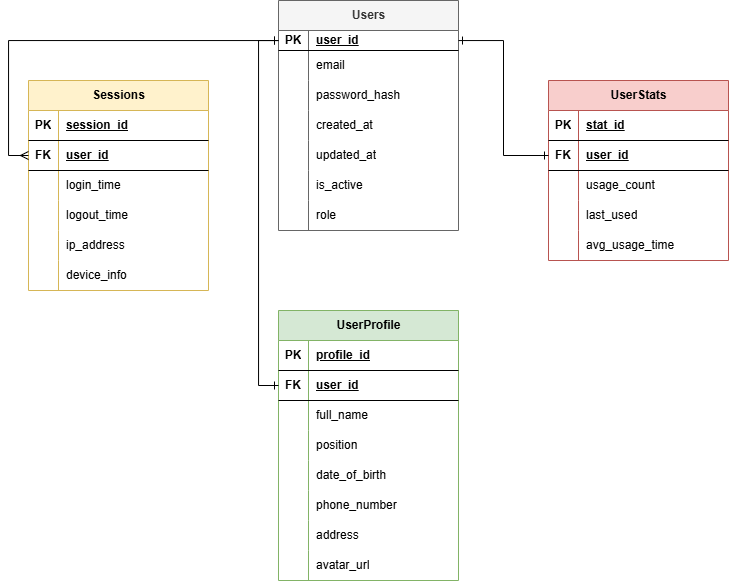
The draw.io diagram docs/erd.png in sherruka/lightsb-service, before a commit. Source tidied: cells renumbered, new cells last; positions are measured from the earlier drawing's top-left corner, leaving out a move shared by most shapes.
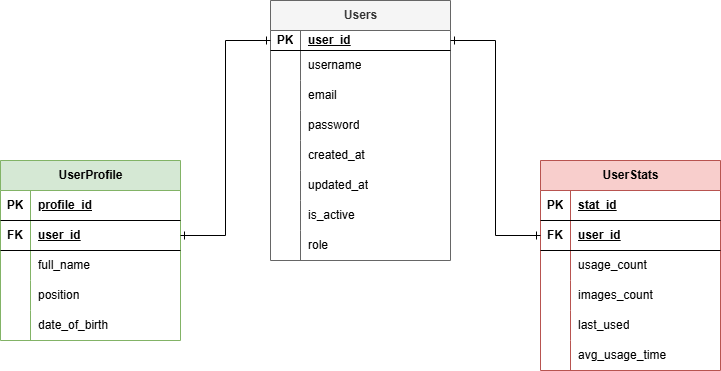
Later version of the same file.

The edit, as a diff of the source:
```diff
@@ -3,7 +3,7 @@
     <mxCell id="0" />
     <mxCell id="1" parent="0" />
     <mxCell id="2" value="&lt;strong&gt;Users&lt;/strong&gt;" style="shape=table;startSize=30;rowLines=0;fontStyle=1;align=center;html=1;fillColor=#f5f5f5;fontColor=#333333;strokeColor=#666666;" parent="1" vertex="1">
-      <mxGeometry x="250" width="180" height="230" as="geometry" />
+      <mxGeometry x="210" width="180" height="260" as="geometry" />
     </mxCell>
     <mxCell id="3" style="shape=tableRow;horizontal=0;startSize=0;swimlaneHead=0;swimlaneBody=0;fillColor=none;points=[[0,0.5],[1,0.5]];portConstraint=eastwest;top=0;left=0;right=0;bottom=1;" parent="2" vertex="1">
       <mxGeometry y="30" width="180" height="20" as="geometry" />
@@ -20,20 +20,29 @@
     <mxCell id="7" style="shape=partialRectangle;fillColor=none;top=0;left=0;bottom=0;right=0;overflow=hidden;whiteSpace=wrap;html=1;" parent="6" vertex="1">
       <mxGeometry width="30" height="30" as="geometry" />
     </mxCell>
-    <mxCell id="8" value="&lt;span&gt;email&lt;/span&gt;" style="shape=partialRectangle;fillColor=none;top=0;left=0;bottom=0;right=0;align=left;spacingLeft=6;overflow=hidden;whiteSpace=wrap;html=1;" parent="6" vertex="1">
+    <mxCell id="8" value="username" style="shape=partialRectangle;fillColor=none;top=0;left=0;bottom=0;right=0;align=left;spacingLeft=6;overflow=hidden;whiteSpace=wrap;html=1;" parent="6" vertex="1">
       <mxGeometry x="30" width="150" height="30" as="geometry" />
     </mxCell>
+    <mxCell id="87" style="shape=tableRow;horizontal=0;startSize=0;swimlaneHead=0;swimlaneBody=0;fillColor=none;top=0;left=0;right=0;bottom=0;" parent="2" vertex="1">
+      <mxGeometry y="80" width="180" height="30" as="geometry" />
+    </mxCell>
+    <mxCell id="88" style="shape=partialRectangle;fillColor=none;top=0;left=0;bottom=0;right=0;overflow=hidden;whiteSpace=wrap;html=1;" parent="87" vertex="1">
+      <mxGeometry width="30" height="30" as="geometry" />
+    </mxCell>
+    <mxCell id="89" value="&lt;span&gt;email&lt;/span&gt;" style="shape=partialRectangle;fillColor=none;top=0;left=0;bottom=0;right=0;align=left;spacingLeft=6;overflow=hidden;whiteSpace=wrap;html=1;" parent="87" vertex="1">
+      <mxGeometry x="30" width="150" height="30" as="geometry" />
+    </mxCell>
     <mxCell id="9" style="shape=tableRow;horizontal=0;startSize=0;swimlaneHead=0;swimlaneBody=0;fillColor=none;top=0;left=0;right=0;bottom=0;" parent="2" vertex="1">
-      <mxGeometry y="80" width="180" height="30" as="geometry" />
+      <mxGeometry y="110" width="180" height="30" as="geometry" />
     </mxCell>
     <mxCell id="10" style="shape=partialRectangle;fillColor=none;top=0;left=0;bottom=0;right=0;overflow=hidden;whiteSpace=wrap;html=1;" parent="9" vertex="1">
       <mxGeometry width="30" height="30" as="geometry" />
     </mxCell>
-    <mxCell id="11" value="&lt;span&gt;password_hash&lt;/span&gt;" style="shape=partialRectangle;fillColor=none;top=0;left=0;bottom=0;right=0;align=left;spacingLeft=6;overflow=hidden;whiteSpace=wrap;html=1;" parent="9" vertex="1">
+    <mxCell id="11" value="&lt;span&gt;password&lt;/span&gt;" style="shape=partialRectangle;fillColor=none;top=0;left=0;bottom=0;right=0;align=left;spacingLeft=6;overflow=hidden;whiteSpace=wrap;html=1;" parent="9" vertex="1">
       <mxGeometry x="30" width="150" height="30" as="geometry" />
     </mxCell>
     <mxCell id="12" style="shape=tableRow;horizontal=0;startSize=0;swimlaneHead=0;swimlaneBody=0;fillColor=none;top=0;left=0;right=0;bottom=0;" parent="2" vertex="1">
-      <mxGeometry y="110" width="180" height="30" as="geometry" />
+      <mxGeometry y="140" width="180" height="30" as="geometry" />
     </mxCell>
     <mxCell id="13" style="shape=partialRectangle;fillColor=none;top=0;left=0;bottom=0;right=0;overflow=hidden;whiteSpace=wrap;html=1;" parent="12" vertex="1">
       <mxGeometry width="30" height="30" as="geometry" />
@@ -42,7 +51,7 @@
       <mxGeometry x="30" width="150" height="30" as="geometry" />
     </mxCell>
     <mxCell id="15" style="shape=tableRow;horizontal=0;startSize=0;swimlaneHead=0;swimlaneBody=0;fillColor=none;top=0;left=0;right=0;bottom=0;" parent="2" vertex="1">
-      <mxGeometry y="140" width="180" height="30" as="geometry" />
+      <mxGeometry y="170" width="180" height="30" as="geometry" />
     </mxCell>
     <mxCell id="16" style="shape=partialRectangle;fillColor=none;top=0;left=0;bottom=0;right=0;overflow=hidden;whiteSpace=wrap;html=1;" parent="15" vertex="1">
       <mxGeometry width="30" height="30" as="geometry" />
@@ -51,7 +60,7 @@
       <mxGeometry x="30" width="150" height="30" as="geometry" />
     </mxCell>
     <mxCell id="18" style="shape=tableRow;horizontal=0;startSize=0;swimlaneHead=0;swimlaneBody=0;fillColor=none;top=0;left=0;right=0;bottom=0;" parent="2" vertex="1">
-      <mxGeometry y="170" width="180" height="30" as="geometry" />
+      <mxGeometry y="200" width="180" height="30" as="geometry" />
     </mxCell>
     <mxCell id="19" style="shape=partialRectangle;fillColor=none;top=0;left=0;bottom=0;right=0;overflow=hidden;whiteSpace=wrap;html=1;" parent="18" vertex="1">
       <mxGeometry width="30" height="30" as="geometry" />
@@ -60,7 +69,7 @@
       <mxGeometry x="30" width="150" height="30" as="geometry" />
     </mxCell>
     <mxCell id="21" style="shape=tableRow;horizontal=0;startSize=0;swimlaneHead=0;swimlaneBody=0;fillColor=none;top=0;left=0;right=0;bottom=0;" parent="2" vertex="1">
-      <mxGeometry y="200" width="180" height="30" as="geometry" />
+      <mxGeometry y="230" width="180" height="30" as="geometry" />
     </mxCell>
     <mxCell id="22" style="shape=partialRectangle;fillColor=none;top=0;left=0;bottom=0;right=0;overflow=hidden;whiteSpace=wrap;html=1;" parent="21" vertex="1">
       <mxGeometry width="30" height="30" as="geometry" />
@@ -69,7 +78,7 @@
       <mxGeometry x="30" width="150" height="30" as="geometry" />
     </mxCell>
     <mxCell id="24" value="&lt;strong&gt;UserStats&lt;/strong&gt;" style="shape=table;startSize=30;rowLines=0;fontStyle=1;align=center;html=1;fillColor=#f8cecc;strokeColor=#b85450;" parent="1" vertex="1">
-      <mxGeometry x="520" y="80" width="180" height="180" as="geometry" />
+      <mxGeometry x="480" y="160" width="180" height="210" as="geometry" />
     </mxCell>
     <mxCell id="25" style="shape=tableRow;horizontal=0;startSize=0;swimlaneHead=0;swimlaneBody=0;fillColor=none;top=0;left=0;right=0;bottom=1;" parent="24" vertex="1">
       <mxGeometry y="30" width="180" height="30" as="geometry" />
@@ -98,8 +107,17 @@
     <mxCell id="33" value="&lt;span&gt;usage_count&lt;/span&gt;" style="shape=partialRectangle;fillColor=none;top=0;left=0;bottom=0;right=0;align=left;spacingLeft=6;overflow=hidden;whiteSpace=wrap;html=1;" parent="31" vertex="1">
       <mxGeometry x="30" width="150" height="30" as="geometry" />
     </mxCell>
+    <mxCell id="50" style="shape=tableRow;horizontal=0;startSize=0;swimlaneHead=0;swimlaneBody=0;fillColor=none;top=0;left=0;right=0;bottom=0;" parent="24" vertex="1">
+      <mxGeometry y="120" width="180" height="30" as="geometry" />
+    </mxCell>
+    <mxCell id="90" style="shape=partialRectangle;fillColor=none;top=0;left=0;bottom=0;right=0;overflow=hidden;whiteSpace=wrap;html=1;" parent="50" vertex="1">
+      <mxGeometry width="30" height="30" as="geometry" />
+    </mxCell>
+    <mxCell id="91" value="&lt;span&gt;&lt;span style=&quot;white-space-collapse: preserve;&quot; class=&quot;EzKURWReUAB5oZgtQNkl&quot;&gt;images&lt;/span&gt;_count&lt;/span&gt;" style="shape=partialRectangle;fillColor=none;top=0;left=0;bottom=0;right=0;align=left;spacingLeft=6;overflow=hidden;whiteSpace=wrap;html=1;" parent="50" vertex="1">
+      <mxGeometry x="30" width="150" height="30" as="geometry" />
+    </mxCell>
     <mxCell id="34" style="shape=tableRow;horizontal=0;startSize=0;swimlaneHead=0;swimlaneBody=0;fillColor=none;top=0;left=0;right=0;bottom=0;" parent="24" vertex="1">
-      <mxGeometry y="120" width="180" height="30" as="geometry" />
+      <mxGeometry y="150" width="180" height="30" as="geometry" />
     </mxCell>
     <mxCell id="35" style="shape=partialRectangle;fillColor=none;top=0;left=0;bottom=0;right=0;overflow=hidden;whiteSpace=wrap;html=1;" parent="34" vertex="1">
       <mxGeometry width="30" height="30" as="geometry" />
@@ -108,7 +126,7 @@
       <mxGeometry x="30" width="150" height="30" as="geometry" />
     </mxCell>
     <mxCell id="37" style="shape=tableRow;horizontal=0;startSize=0;swimlaneHead=0;swimlaneBody=0;fillColor=none;top=0;left=0;right=0;bottom=0;" parent="24" vertex="1">
-      <mxGeometry y="150" width="180" height="30" as="geometry" />
+      <mxGeometry y="180" width="180" height="30" as="geometry" />
     </mxCell>
     <mxCell id="38" style="shape=partialRectangle;fillColor=none;top=0;left=0;bottom=0;right=0;overflow=hidden;whiteSpace=wrap;html=1;" parent="37" vertex="1">
       <mxGeometry width="30" height="30" as="geometry" />
@@ -116,65 +134,8 @@
     <mxCell id="39" value="&lt;span&gt;avg_usage_time&lt;/span&gt;" style="shape=partialRectangle;fillColor=none;top=0;left=0;bottom=0;right=0;align=left;spacingLeft=6;overflow=hidden;whiteSpace=wrap;html=1;" parent="37" vertex="1">
       <mxGeometry x="30" width="150" height="30" as="geometry" />
     </mxCell>
-    <mxCell id="40" value="Sessions" style="shape=table;startSize=30;rowLines=0;fontStyle=1;align=center;html=1;fillColor=#fff2cc;strokeColor=#d6b656;" parent="1" vertex="1">
-      <mxGeometry y="80" width="180" height="210" as="geometry" />
-    </mxCell>
-    <mxCell id="41" style="shape=tableRow;horizontal=0;startSize=0;swimlaneHead=0;swimlaneBody=0;fillColor=none;top=0;left=0;right=0;bottom=1;" parent="40" vertex="1">
-      <mxGeometry y="30" width="180" height="30" as="geometry" />
-    </mxCell>
-    <mxCell id="42" value="PK" style="shape=partialRectangle;fillColor=none;top=0;left=0;bottom=0;right=0;fontStyle=1;overflow=hidden;whiteSpace=wrap;html=1;" parent="41" vertex="1">
-      <mxGeometry width="30" height="30" as="geometry" />
-    </mxCell>
-    <mxCell id="43" value="&lt;strong&gt;session_id&lt;/strong&gt;" style="shape=partialRectangle;fillColor=none;top=0;left=0;bottom=0;right=0;align=left;spacingLeft=6;fontStyle=5;overflow=hidden;whiteSpace=wrap;html=1;" parent="41" vertex="1">
-      <mxGeometry x="30" width="150" height="30" as="geometry" />
-    </mxCell>
-    <mxCell id="44" style="shape=tableRow;horizontal=0;startSize=0;swimlaneHead=0;swimlaneBody=0;fillColor=none;points=[[0,0.5],[1,0.5]];portConstraint=eastwest;top=0;left=0;right=0;bottom=1;" parent="40" vertex="1">
-      <mxGeometry y="60" width="180" height="30" as="geometry" />
-    </mxCell>
-    <mxCell id="45" value="FK" style="shape=partialRectangle;fillColor=none;top=0;left=0;bottom=0;right=0;fontStyle=1;overflow=hidden;whiteSpace=wrap;html=1;" parent="44" vertex="1">
-      <mxGeometry width="30" height="30" as="geometry" />
-    </mxCell>
-    <mxCell id="46" value="&lt;strong&gt;user_id&lt;/strong&gt;" style="shape=partialRectangle;fillColor=none;top=0;left=0;bottom=0;right=0;align=left;spacingLeft=6;fontStyle=5;overflow=hidden;whiteSpace=wrap;html=1;" parent="44" vertex="1">
-      <mxGeometry x="30" width="150" height="30" as="geometry" />
-    </mxCell>
-    <mxCell id="47" style="shape=tableRow;horizontal=0;startSize=0;swimlaneHead=0;swimlaneBody=0;fillColor=none;top=0;left=0;right=0;bottom=0;" parent="40" vertex="1">
-      <mxGeometry y="90" width="180" height="30" as="geometry" />
-    </mxCell>
-    <mxCell id="48" style="shape=partialRectangle;fillColor=none;top=0;left=0;bottom=0;right=0;overflow=hidden;whiteSpace=wrap;html=1;" parent="47" vertex="1">
-      <mxGeometry width="30" height="30" as="geometry" />
-    </mxCell>
-    <mxCell id="49" value="login_time" style="shape=partialRectangle;fillColor=none;top=0;left=0;bottom=0;right=0;align=left;spacingLeft=6;overflow=hidden;whiteSpace=wrap;html=1;" parent="47" vertex="1">
-      <mxGeometry x="30" width="150" height="30" as="geometry" />
-    </mxCell>
-    <mxCell id="50" style="shape=tableRow;horizontal=0;startSize=0;swimlaneHead=0;swimlaneBody=0;fillColor=none;top=0;left=0;right=0;bottom=0;" parent="40" vertex="1">
-      <mxGeometry y="120" width="180" height="30" as="geometry" />
-    </mxCell>
-    <mxCell id="51" style="shape=partialRectangle;fillColor=none;top=0;left=0;bottom=0;right=0;overflow=hidden;whiteSpace=wrap;html=1;" parent="50" vertex="1">
-      <mxGeometry width="30" height="30" as="geometry" />
-    </mxCell>
-    <mxCell id="52" value="&lt;span&gt;logout_time&lt;/span&gt;" style="shape=partialRectangle;fillColor=none;top=0;left=0;bottom=0;right=0;align=left;spacingLeft=6;overflow=hidden;whiteSpace=wrap;html=1;" parent="50" vertex="1">
-      <mxGeometry x="30" width="150" height="30" as="geometry" />
-    </mxCell>
-    <mxCell id="53" style="shape=tableRow;horizontal=0;startSize=0;swimlaneHead=0;swimlaneBody=0;fillColor=none;top=0;left=0;right=0;bottom=0;" parent="40" vertex="1">
-      <mxGeometry y="150" width="180" height="30" as="geometry" />
-    </mxCell>
-    <mxCell id="54" style="shape=partialRectangle;fillColor=none;top=0;left=0;bottom=0;right=0;overflow=hidden;whiteSpace=wrap;html=1;" parent="53" vertex="1">
-      <mxGeometry width="30" height="30" as="geometry" />
-    </mxCell>
-    <mxCell id="55" value="&lt;span&gt;ip_address&lt;/span&gt;" style="shape=partialRectangle;fillColor=none;top=0;left=0;bottom=0;right=0;align=left;spacingLeft=6;overflow=hidden;whiteSpace=wrap;html=1;" parent="53" vertex="1">
-      <mxGeometry x="30" width="150" height="30" as="geometry" />
-    </mxCell>
-    <mxCell id="56" style="shape=tableRow;horizontal=0;startSize=0;swimlaneHead=0;swimlaneBody=0;fillColor=none;top=0;left=0;right=0;bottom=0;" parent="40" vertex="1">
-      <mxGeometry y="180" width="180" height="30" as="geometry" />
-    </mxCell>
-    <mxCell id="57" style="shape=partialRectangle;fillColor=none;top=0;left=0;bottom=0;right=0;overflow=hidden;whiteSpace=wrap;html=1;" parent="56" vertex="1">
-      <mxGeometry width="30" height="30" as="geometry" />
-    </mxCell>
-    <mxCell id="58" value="&lt;span&gt;device_info&lt;/span&gt;" style="shape=partialRectangle;fillColor=none;top=0;left=0;bottom=0;right=0;align=left;spacingLeft=6;overflow=hidden;whiteSpace=wrap;html=1;" parent="56" vertex="1">
-      <mxGeometry x="30" width="150" height="30" as="geometry" />
-    </mxCell>
     <mxCell id="59" value="&lt;strong&gt;UserProfile&lt;/strong&gt;" style="shape=table;startSize=30;rowLines=0;fontStyle=1;align=center;html=1;fillColor=#d5e8d4;strokeColor=#82b366;" parent="1" vertex="1">
-      <mxGeometry x="250" y="310" width="180" height="270" as="geometry" />
+      <mxGeometry x="-60" y="160" width="180" height="180" as="geometry" />
     </mxCell>
     <mxCell id="60" style="shape=tableRow;horizontal=0;startSize=0;swimlaneHead=0;swimlaneBody=0;fillColor=none;top=0;left=0;right=0;bottom=1;" parent="59" vertex="1">
       <mxGeometry y="30" width="180" height="30" as="geometry" />
@@ -221,41 +182,11 @@
     <mxCell id="74" value="&lt;span&gt;date_of_birth&lt;/span&gt;" style="shape=partialRectangle;fillColor=none;top=0;left=0;bottom=0;right=0;align=left;spacingLeft=6;overflow=hidden;whiteSpace=wrap;html=1;" parent="72" vertex="1">
       <mxGeometry x="30" width="150" height="30" as="geometry" />
     </mxCell>
-    <mxCell id="75" style="shape=tableRow;horizontal=0;startSize=0;swimlaneHead=0;swimlaneBody=0;fillColor=none;top=0;left=0;right=0;bottom=0;" parent="59" vertex="1">
-      <mxGeometry y="180" width="180" height="30" as="geometry" />
-    </mxCell>
-    <mxCell id="76" style="shape=partialRectangle;fillColor=none;top=0;left=0;bottom=0;right=0;overflow=hidden;whiteSpace=wrap;html=1;" parent="75" vertex="1">
-      <mxGeometry width="30" height="30" as="geometry" />
-    </mxCell>
-    <mxCell id="77" value="&lt;span&gt;phone_number&lt;/span&gt;" style="shape=partialRectangle;fillColor=none;top=0;left=0;bottom=0;right=0;align=left;spacingLeft=6;overflow=hidden;whiteSpace=wrap;html=1;" parent="75" vertex="1">
-      <mxGeometry x="30" width="150" height="30" as="geometry" />
-    </mxCell>
-    <mxCell id="78" style="shape=tableRow;horizontal=0;startSize=0;swimlaneHead=0;swimlaneBody=0;fillColor=none;top=0;left=0;right=0;bottom=0;" parent="59" vertex="1">
-      <mxGeometry y="210" width="180" height="30" as="geometry" />
-    </mxCell>
-    <mxCell id="79" style="shape=partialRectangle;fillColor=none;top=0;left=0;bottom=0;right=0;overflow=hidden;whiteSpace=wrap;html=1;" parent="78" vertex="1">
-      <mxGeometry width="30" height="30" as="geometry" />
-    </mxCell>
-    <mxCell id="80" value="&lt;span&gt;address&lt;/span&gt;" style="shape=partialRectangle;fillColor=none;top=0;left=0;bottom=0;right=0;align=left;spacingLeft=6;overflow=hidden;whiteSpace=wrap;html=1;" parent="78" vertex="1">
-      <mxGeometry x="30" width="150" height="30" as="geometry" />
-    </mxCell>
-    <mxCell id="81" style="shape=tableRow;horizontal=0;startSize=0;swimlaneHead=0;swimlaneBody=0;fillColor=none;top=0;left=0;right=0;bottom=0;" parent="59" vertex="1">
-      <mxGeometry y="240" width="180" height="30" as="geometry" />
-    </mxCell>
-    <mxCell id="82" style="shape=partialRectangle;fillColor=none;top=0;left=0;bottom=0;right=0;overflow=hidden;whiteSpace=wrap;html=1;" parent="81" vertex="1">
-      <mxGeometry width="30" height="30" as="geometry" />
-    </mxCell>
-    <mxCell id="83" value="&lt;span&gt;avatar_url&lt;/span&gt;" style="shape=partialRectangle;fillColor=none;top=0;left=0;bottom=0;right=0;align=left;spacingLeft=6;overflow=hidden;whiteSpace=wrap;html=1;" parent="81" vertex="1">
-      <mxGeometry x="30" width="150" height="30" as="geometry" />
-    </mxCell>
-    <mxCell id="84" style="edgeStyle=orthogonalEdgeStyle;rounded=0;jettySize=auto;html=1;entryX=0;entryY=0.5;entryDx=0;entryDy=0;startArrow=ERone;startFill=0;endArrow=ERone;endFill=0;" parent="1" edge="1" source="3" target="63">
+    <mxCell id="84" style="edgeStyle=orthogonalEdgeStyle;rounded=0;jettySize=auto;html=1;entryX=1;entryY=0.5;entryDx=0;entryDy=0;startArrow=ERone;startFill=0;endArrow=ERone;endFill=0;" parent="1" edge="1" source="3" target="63">
       <mxGeometry relative="1" as="geometry" />
     </mxCell>
     <mxCell id="85" style="edgeStyle=orthogonalEdgeStyle;rounded=0;jettySize=auto;html=1;startArrow=ERone;startFill=0;endArrow=ERone;endFill=0;" parent="1" edge="1" source="3" target="28">
       <mxGeometry relative="1" as="geometry" />
     </mxCell>
-    <mxCell id="86" style="edgeStyle=orthogonalEdgeStyle;rounded=0;jettySize=auto;html=1;entryX=0;entryY=0.5;entryDx=0;entryDy=0;startArrow=ERone;startFill=0;endArrow=ERmany;endFill=0;" parent="1" edge="1" source="3" target="44">
-      <mxGeometry relative="1" as="geometry" />
-    </mxCell>
   </root>
 </mxGraphModel>
```
